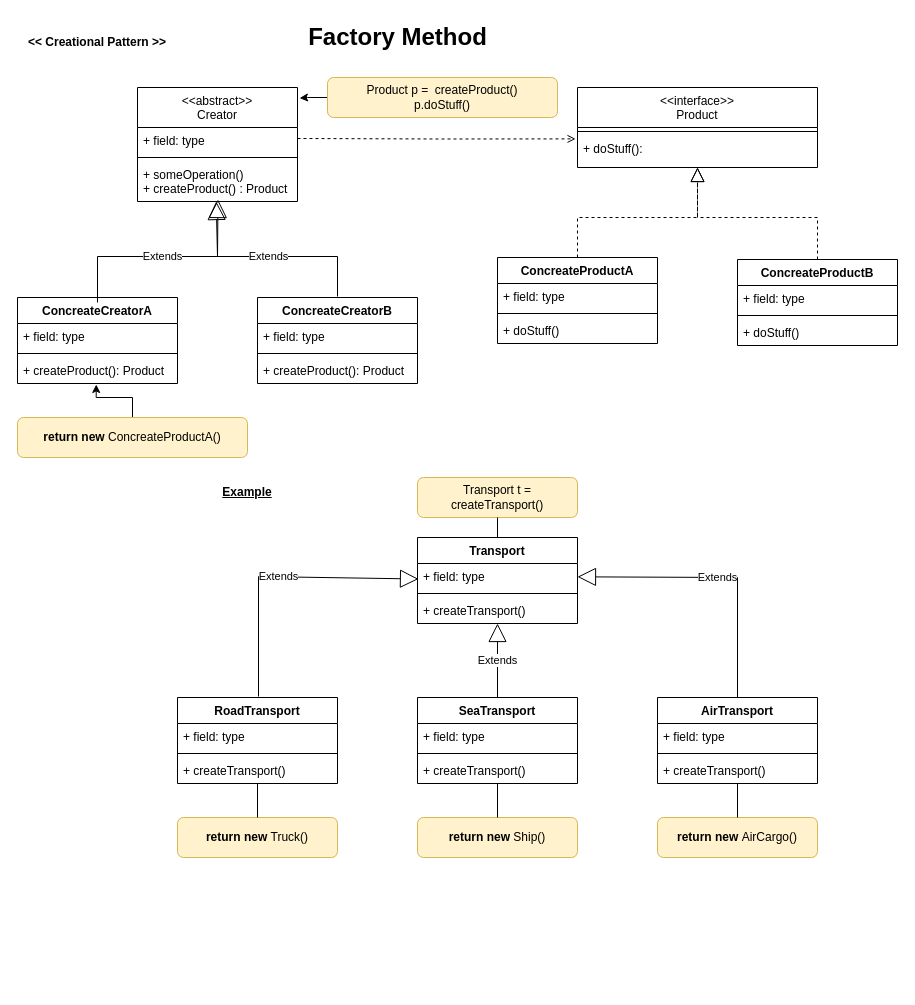
Before: DesignPatterns.drawio in yalankar/yalankar, a draw.io diagram. Source tidied: cells renumbered, new cells numbered last; positions are measured from the earlier drawing's top-left corner, leaving out a move shared by most shapes. Both pictures are drawn from the tidied source at 100%, with x=0, y=0 at pixel (17, 17).
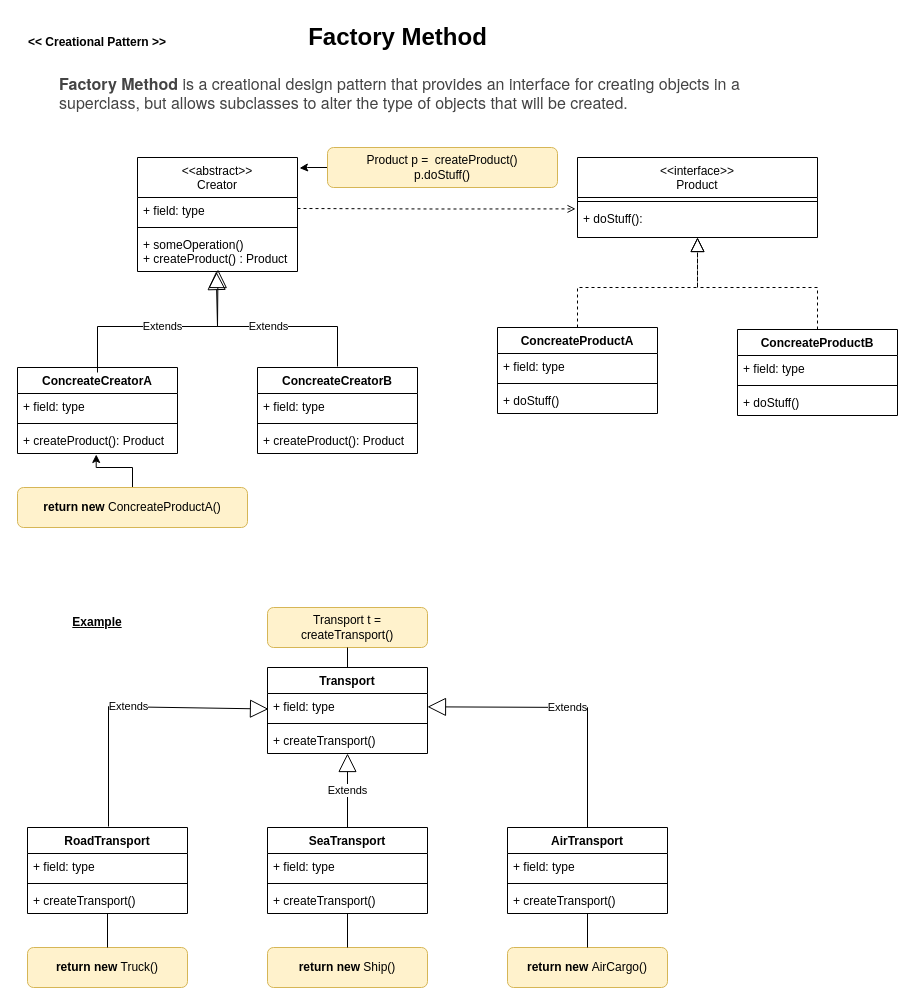
The same diagram, later.

Unchanged cells that the change refers to:
```xml
<mxCell id="25" value="+ doStuff(): " style="text;strokeColor=none;fillColor=none;align=left;verticalAlign=top;spacingLeft=4;spacingRight=4;overflow=hidden;points=[[0,0.5],[1,0.5]];portConstraint=eastwest;" parent="23" vertex="1">
  <mxGeometry y="48" width="240" height="32" as="geometry" />
</mxCell>
<mxCell id="36" value="+ field: type" style="text;strokeColor=none;fillColor=none;align=left;verticalAlign=top;spacingLeft=4;spacingRight=4;overflow=hidden;points=[[0,0.5],[1,0.5]];portConstraint=eastwest;rounded=1;shadow=0;sketch=0;" parent="35" vertex="1">
  <mxGeometry y="26" width="160" height="26" as="geometry" />
</mxCell>
```

Diff of the diagram source:
```diff
@@
     <mxCell id="2" value="&lt;&lt;abstract&gt;&gt;&#10;Creator" style="swimlane;fontStyle=0;align=center;verticalAlign=top;horizontal=1;startSize=40;" parent="1" vertex="1">
-      <mxGeometry x="120" y="70" width="160" height="114" as="geometry" />
+      <mxGeometry x="120" y="140" width="160" height="114" as="geometry" />
     </mxCell>
@@
     <mxCell id="6" value="ConcreateCreatorA" style="swimlane;fontStyle=1;align=center;verticalAlign=top;horizontal=1;startSize=26;" parent="1" vertex="1">
-      <mxGeometry y="280" width="160" height="86" as="geometry" />
+      <mxGeometry y="350" width="160" height="86" as="geometry" />
     </mxCell>
@@
     <mxCell id="10" value="ConcreateCreatorB" style="swimlane;fontStyle=1;align=center;verticalAlign=top;horizontal=1;startSize=26;" parent="1" vertex="1">
-      <mxGeometry x="240" y="280" width="160" height="86" as="geometry" />
+      <mxGeometry x="240" y="350" width="160" height="86" as="geometry" />
     </mxCell>
@@
     <mxCell id="15" value="ConcreateProductA" style="swimlane;fontStyle=1;align=center;verticalAlign=top;horizontal=1;startSize=26;" parent="1" vertex="1">
-      <mxGeometry x="480" y="240" width="160" height="86" as="geometry" />
+      <mxGeometry x="480" y="310" width="160" height="86" as="geometry" />
     </mxCell>
@@
     <mxCell id="19" value="ConcreateProductB" style="swimlane;fontStyle=1;align=center;verticalAlign=top;horizontal=1;startSize=26;" parent="1" vertex="1">
-      <mxGeometry x="720" y="242" width="160" height="86" as="geometry" />
+      <mxGeometry x="720" y="312" width="160" height="86" as="geometry" />
     </mxCell>
@@
     <mxCell id="23" value="&lt;&lt;interface&gt;&gt;&#10;Product" style="swimlane;fontStyle=0;align=center;verticalAlign=top;horizontal=1;startSize=40;" parent="1" vertex="1">
-      <mxGeometry x="560" y="70" width="240" height="80" as="geometry" />
+      <mxGeometry x="560" y="140" width="240" height="80" as="geometry" />
     </mxCell>
@@
     <mxCell id="26" style="endArrow=block;dashed=1;endFill=0;endSize=12;html=1;rounded=0;exitX=0.5;exitY=0;exitDx=0;exitDy=0;" parent="1" edge="1" source="15">
       <mxGeometry relative="1" as="geometry">
-        <mxPoint x="680" y="150" as="targetPoint" />
+        <mxPoint x="680" y="220" as="targetPoint" />
         <Array as="points">
-          <mxPoint x="560" y="200" />
-          <mxPoint x="680" y="200" />
+          <mxPoint x="560" y="270" />
+          <mxPoint x="680" y="270" />
         </Array>
       </mxGeometry>
     </mxCell>
     <mxCell id="27" style="endArrow=block;dashed=1;endFill=0;endSize=12;html=1;rounded=0;exitX=0.5;exitY=0;exitDx=0;exitDy=0;" parent="1" edge="1" source="19">
       <mxGeometry relative="1" as="geometry">
-        <mxPoint x="680" y="150" as="targetPoint" />
+        <mxPoint x="680" y="220" as="targetPoint" />
         <Array as="points">
-          <mxPoint x="800" y="200" />
-          <mxPoint x="760" y="200" />
-          <mxPoint x="680" y="200" />
+          <mxPoint x="800" y="270" />
+          <mxPoint x="760" y="270" />
+          <mxPoint x="680" y="270" />
         </Array>
       </mxGeometry>
     </mxCell>
@@
     <mxCell id="29" value="&lt;b&gt;return new &lt;/b&gt;ConcreateProductA()" style="text;html=1;align=center;verticalAlign=middle;whiteSpace=wrap;rounded=1;sketch=0;shadow=0;fillColor=#fff2cc;strokeColor=#d6b656;" parent="1" vertex="1">
-      <mxGeometry y="400" width="230" height="40" as="geometry" />
+      <mxGeometry y="470" width="230" height="40" as="geometry" />
     </mxCell>
@@
     <mxCell id="31" value="Extends" style="endArrow=block;endSize=16;endFill=0;html=1;rounded=0;exitX=0.5;exitY=0;exitDx=0;exitDy=0;entryX=0.492;entryY=0.975;entryDx=0;entryDy=0;entryPerimeter=0;" parent="1" edge="1">
       <mxGeometry relative="1" as="geometry">
-        <mxPoint x="80" y="285" as="sourcePoint" />
-        <mxPoint x="198.7" y="184" as="targetPoint" />
+        <mxPoint x="80" y="355" as="sourcePoint" />
+        <mxPoint x="198.7" y="254" as="targetPoint" />
         <Array as="points">
-          <mxPoint x="80" y="239" />
-          <mxPoint x="200" y="239" />
+          <mxPoint x="80" y="309" />
+          <mxPoint x="200" y="309" />
         </Array>
       </mxGeometry>
     </mxCell>
     <mxCell id="32" value="Extends" style="endArrow=block;endSize=16;endFill=0;html=1;rounded=0;entryX=0.503;entryY=0.975;entryDx=0;entryDy=0;entryPerimeter=0;exitX=0.5;exitY=0;exitDx=0;exitDy=0;" parent="1" edge="1">
       <mxGeometry relative="1" as="geometry">
-        <mxPoint x="320" y="279" as="sourcePoint" />
-        <mxPoint x="200.5" y="182" as="targetPoint" />
+        <mxPoint x="320" y="349" as="sourcePoint" />
+        <mxPoint x="200.5" y="252" as="targetPoint" />
         <Array as="points">
-          <mxPoint x="320" y="239" />
-          <mxPoint x="200" y="239" />
+          <mxPoint x="320" y="309" />
+          <mxPoint x="200" y="309" />
         </Array>
       </mxGeometry>
     </mxCell>
     <mxCell id="33" style="edgeStyle=orthogonalEdgeStyle;rounded=0;jettySize=auto;html=1;entryX=1.013;entryY=0.093;entryDx=0;entryDy=0;entryPerimeter=0;" parent="1" edge="1" source="34" target="2">
       <mxGeometry relative="1" as="geometry">
         <Array as="points">
-          <mxPoint x="425" y="80" />
-          <mxPoint x="290" y="80" />
-          <mxPoint x="290" y="81" />
+          <mxPoint x="425" y="150" />
+          <mxPoint x="290" y="150" />
+          <mxPoint x="290" y="151" />
         </Array>
       </mxGeometry>
     </mxCell>
     <mxCell id="34" value="Product p =&amp;nbsp;&amp;nbsp;createProduct()&lt;br&gt;p.doStuff()" style="text;html=1;align=center;verticalAlign=middle;whiteSpace=wrap;rounded=1;sketch=0;shadow=0;fillColor=#fff2cc;strokeColor=#d6b656;" parent="1" vertex="1">
-      <mxGeometry x="310" y="60" width="230" height="40" as="geometry" />
+      <mxGeometry x="310" y="130" width="230" height="40" as="geometry" />
     </mxCell>
     <mxCell id="35" value="Transport" style="swimlane;fontStyle=1;align=center;verticalAlign=top;horizontal=1;startSize=26;rounded=0;shadow=0;sketch=0;strokeColor=default;fillColor=default;swimlaneLine=1;" parent="1" vertex="1">
-      <mxGeometry x="400" y="520" width="160" height="86" as="geometry" />
+      <mxGeometry x="250" y="650" width="160" height="86" as="geometry" />
     </mxCell>
@@
     <mxCell id="39" value="&lt;u&gt;Example&lt;/u&gt;" style="text;html=1;strokeColor=none;fillColor=none;align=center;verticalAlign=middle;whiteSpace=wrap;rounded=0;shadow=0;sketch=0;fontStyle=1;" parent="1" vertex="1">
-      <mxGeometry x="200" y="460" width="60" height="30" as="geometry" />
+      <mxGeometry x="50" y="590" width="60" height="30" as="geometry" />
     </mxCell>
     <mxCell id="40" value="RoadTransport" style="swimlane;fontStyle=1;align=center;verticalAlign=top;horizontal=1;startSize=26;rounded=0;shadow=0;sketch=0;strokeColor=default;fillColor=default;swimlaneLine=1;" parent="1" vertex="1">
-      <mxGeometry x="160" y="680" width="160" height="86" as="geometry" />
+      <mxGeometry x="10" y="810" width="160" height="86" as="geometry" />
     </mxCell>
@@
     <mxCell id="44" value="SeaTransport" style="swimlane;fontStyle=1;align=center;verticalAlign=top;horizontal=1;startSize=26;rounded=0;shadow=0;sketch=0;strokeColor=default;fillColor=default;swimlaneLine=1;" parent="1" vertex="1">
-      <mxGeometry x="400" y="680" width="160" height="86" as="geometry" />
+      <mxGeometry x="250" y="810" width="160" height="86" as="geometry" />
     </mxCell>
@@
     <mxCell id="49" value="AirTransport" style="swimlane;fontStyle=1;align=center;verticalAlign=top;horizontal=1;startSize=26;rounded=0;shadow=0;sketch=0;strokeColor=default;fillColor=default;swimlaneLine=1;" parent="1" vertex="1">
-      <mxGeometry x="640" y="680" width="160" height="86" as="geometry" />
+      <mxGeometry x="490" y="810" width="160" height="86" as="geometry" />
     </mxCell>
@@
     <mxCell id="53" value="&lt;b&gt;return new &lt;/b&gt;Truck()" style="text;html=1;align=center;verticalAlign=middle;whiteSpace=wrap;rounded=1;sketch=0;shadow=0;fillColor=#fff2cc;strokeColor=#d6b656;" parent="1" vertex="1">
-      <mxGeometry x="160" y="800" width="160" height="40" as="geometry" />
+      <mxGeometry x="10" y="930" width="160" height="40" as="geometry" />
     </mxCell>
@@
     <mxCell id="55" value="&lt;b&gt;return new &lt;/b&gt;Ship()" style="text;html=1;align=center;verticalAlign=middle;whiteSpace=wrap;rounded=1;sketch=0;shadow=0;fillColor=#fff2cc;strokeColor=#d6b656;" parent="1" vertex="1">
-      <mxGeometry x="400" y="800" width="160" height="40" as="geometry" />
+      <mxGeometry x="250" y="930" width="160" height="40" as="geometry" />
     </mxCell>
@@
     <mxCell id="57" value="&lt;b&gt;return new &lt;/b&gt;AirCargo()" style="text;html=1;align=center;verticalAlign=middle;whiteSpace=wrap;rounded=1;sketch=0;shadow=0;fillColor=#fff2cc;strokeColor=#d6b656;" parent="1" vertex="1">
-      <mxGeometry x="640" y="800" width="160" height="40" as="geometry" />
+      <mxGeometry x="490" y="930" width="160" height="40" as="geometry" />
     </mxCell>
     <mxCell id="58" style="endArrow=none;html=1;rounded=0;exitX=0.5;exitY=0;exitDx=0;exitDy=0;" parent="1" edge="1" source="57">
       <mxGeometry relative="1" as="geometry">
-        <mxPoint x="720" y="766" as="targetPoint" />
+        <mxPoint x="570" y="896" as="targetPoint" />
       </mxGeometry>
     </mxCell>
     <mxCell id="59" value="Extends" style="endArrow=block;endSize=16;endFill=0;html=1;rounded=0;exitX=0.5;exitY=0;exitDx=0;exitDy=0;" parent="1" edge="1">
       <mxGeometry relative="1" as="geometry">
-        <mxPoint x="241" y="679" as="sourcePoint" />
-        <mxPoint x="401" y="561.5" as="targetPoint" />
+        <mxPoint x="91" y="809" as="sourcePoint" />
+        <mxPoint x="251" y="691.5" as="targetPoint" />
         <Array as="points">
-          <mxPoint x="241" y="559" />
+          <mxPoint x="91" y="689" />
         </Array>
       </mxGeometry>
     </mxCell>
     <mxCell id="60" value="Extends" style="endArrow=block;endSize=16;endFill=0;html=1;rounded=0;exitX=0.5;exitY=0;exitDx=0;exitDy=0;" parent="1" edge="1" source="49" target="36">
       <mxGeometry relative="1" as="geometry">
         <Array as="points">
-          <mxPoint x="720" y="560" />
+          <mxPoint x="570" y="690" />
         </Array>
       </mxGeometry>
     </mxCell>
     <mxCell id="61" value="Transport t = createTransport()" style="text;html=1;align=center;verticalAlign=middle;whiteSpace=wrap;rounded=1;sketch=0;shadow=0;fillColor=#fff2cc;strokeColor=#d6b656;" parent="1" vertex="1">
-      <mxGeometry x="400" y="460" width="160" height="40" as="geometry" />
+      <mxGeometry x="250" y="590" width="160" height="40" as="geometry" />
     </mxCell>
@@
     <mxCell id="63" style="edgeStyle=orthogonalEdgeStyle;rounded=0;jettySize=auto;html=1;dashed=1;endArrow=open;endFill=0;entryX=-0.008;entryY=0.106;entryDx=0;entryDy=0;entryPerimeter=0;" parent="1" edge="1" target="25">
       <mxGeometry relative="1" as="geometry">
-        <mxPoint x="280" y="121" as="sourcePoint" />
+        <mxPoint x="280" y="191" as="sourcePoint" />
       </mxGeometry>
     </mxCell>
+    <mxCell id="64" value="&lt;p style=&quot;box-sizing: border-box; margin-top: 0px; margin-bottom: 1.5rem; color: rgb(68, 68, 68); font-family: &amp;quot;PT Sans&amp;quot;, &amp;quot;Helvetica Neue&amp;quot;, Arial, sans-serif; font-size: 16px; font-style: normal; font-variant-ligatures: normal; font-variant-caps: normal; font-weight: 400; letter-spacing: normal; orphans: 2; text-align: left; text-indent: 0px; text-transform: none; widows: 2; word-spacing: 0px; -webkit-text-stroke-width: 0px; background-color: rgb(255, 255, 255); text-decoration-thickness: initial; text-decoration-style: initial; text-decoration-color: initial;&quot;&gt;&lt;strong style=&quot;box-sizing: border-box; font-weight: bolder;&quot;&gt;Factory Method&lt;/strong&gt;&lt;span&gt;&amp;nbsp;&lt;/span&gt;is a creational design pattern that provides an interface for creating objects in a superclass, but allows subclasses to alter the type of objects that will be&amp;nbsp;created.&lt;/p&gt;&lt;br class=&quot;Apple-interchange-newline&quot;&gt;" style="text;whiteSpace=wrap;html=1;" parent="1" vertex="1">
+      <mxGeometry x="40" y="50" width="740" height="50" as="geometry" />
+    </mxCell>
```
